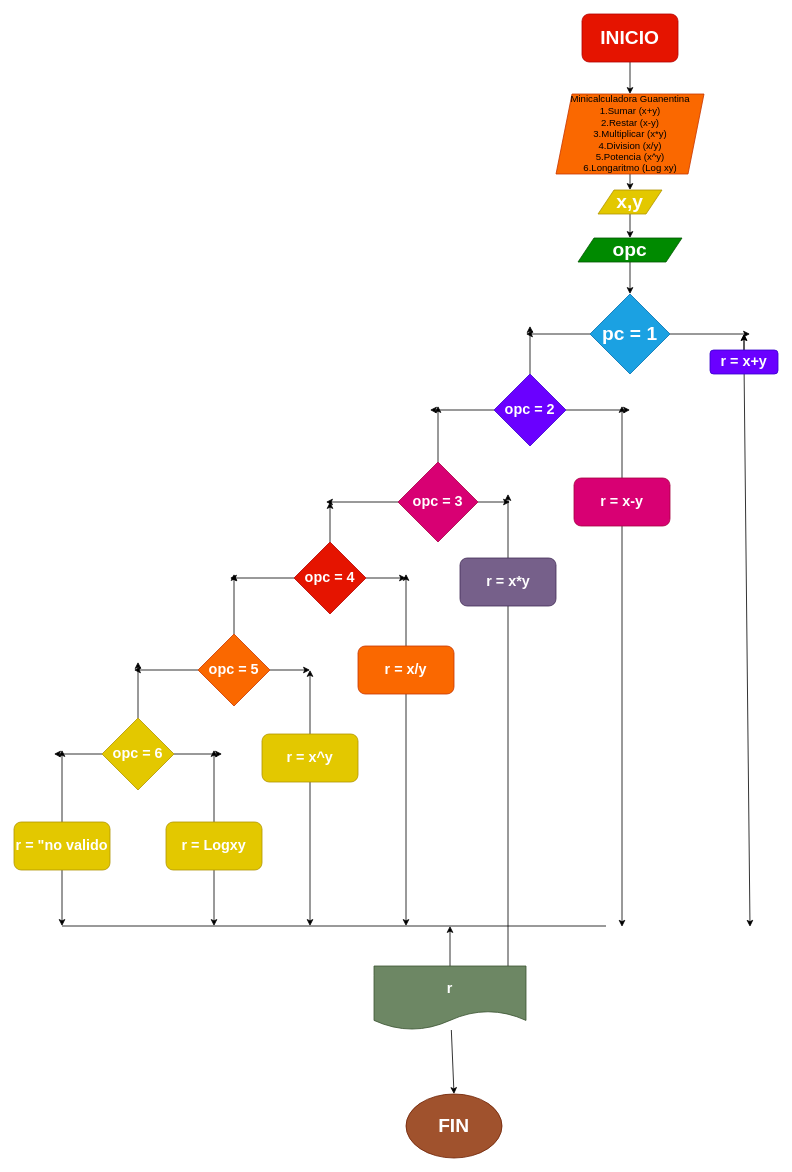
This is minicalculadora.drawio from Santiagoangelramon-sistemas/minicalculadora_guanentina, a draw.io file, before an edit. Source tidied: cells renumbered, new cells numbered last; positions are measured from the earlier drawing's top-left corner, leaving out a move shared by most shapes. Both pictures are drawn from the tidied source at 80%, with x=0, y=0 at pixel (14, 14).
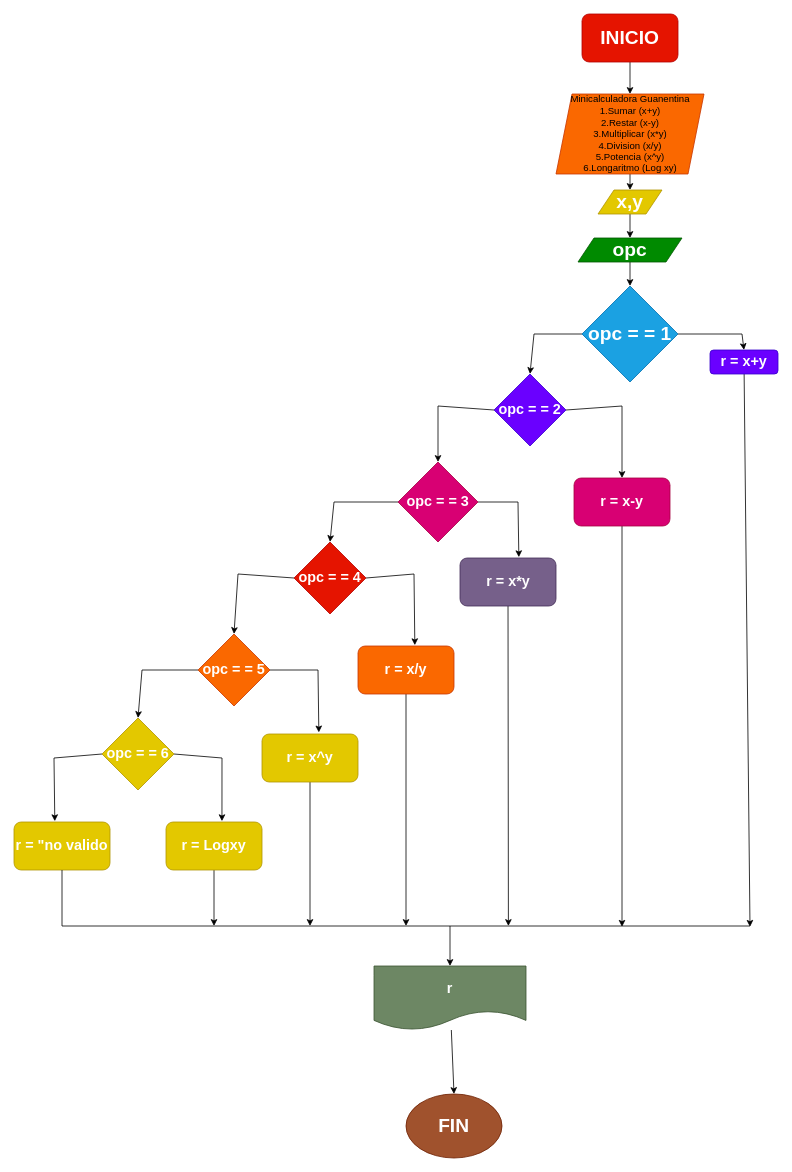
After the change.

The change refers to these unchanged cells:
```xml
<mxCell id="16" value="&lt;h2&gt;r = x+y&lt;/h2&gt;" style="rounded=1;whiteSpace=wrap;html=1;fillColor=#6a00ff;fontColor=#ffffff;strokeColor=#3700CC;" parent="1" vertex="1">
  <mxGeometry x="870" y="420" width="85" height="30" as="geometry" />
</mxCell>
<mxCell id="27" value="&lt;h2&gt;r = x-y&lt;/h2&gt;" style="rounded=1;whiteSpace=wrap;html=1;fillColor=#d80073;fontColor=#ffffff;strokeColor=#A50040;" parent="1" vertex="1">
  <mxGeometry x="700" y="580" width="120" height="60" as="geometry" />
</mxCell>
<mxCell id="34" value="&lt;h2&gt;r = x*y&lt;/h2&gt;" style="rounded=1;whiteSpace=wrap;html=1;fillColor=#76608a;fontColor=#ffffff;strokeColor=#432D57;" parent="1" vertex="1">
  <mxGeometry x="557.5" y="680" width="120" height="60" as="geometry" />
</mxCell>
<mxCell id="41" value="&lt;h2&gt;&lt;font color=&quot;#ffffff&quot;&gt;r = x/y&lt;/font&gt;&lt;/h2&gt;" style="rounded=1;whiteSpace=wrap;html=1;fillColor=#fa6800;fontColor=#000000;strokeColor=#C73500;" parent="1" vertex="1">
  <mxGeometry x="430" y="790" width="120" height="60" as="geometry" />
</mxCell>
<mxCell id="44" value="&lt;h2&gt;&lt;font color=&quot;#ffffff&quot;&gt;r = x^y&lt;/font&gt;&lt;/h2&gt;" style="rounded=1;whiteSpace=wrap;html=1;fillColor=#e3c800;fontColor=#000000;strokeColor=#B09500;" parent="1" vertex="1">
  <mxGeometry x="310" y="900" width="120" height="60" as="geometry" />
</mxCell>
<mxCell id="51" value="&lt;h2&gt;&lt;font color=&quot;#ffffff&quot;&gt;r = Logxy&lt;/font&gt;&lt;/h2&gt;" style="rounded=1;whiteSpace=wrap;html=1;fillColor=#e3c800;fontColor=#000000;strokeColor=#B09500;" parent="1" vertex="1">
  <mxGeometry x="190" y="1010" width="120" height="60" as="geometry" />
</mxCell>
<mxCell id="54" value="&lt;h2&gt;&lt;font color=&quot;#ffffff&quot;&gt;r = &quot;no valido&lt;/font&gt;&lt;/h2&gt;" style="rounded=1;whiteSpace=wrap;html=1;fillColor=#e3c800;fontColor=#000000;strokeColor=#B09500;" parent="1" vertex="1">
  <mxGeometry y="1010" width="120" height="60" as="geometry" />
</mxCell>
<mxCell id="57" value="&lt;h2&gt;r&lt;/h2&gt;" style="shape=document;whiteSpace=wrap;html=1;boundedLbl=1;fontColor=#ffffff;fillColor=#6d8764;strokeColor=#3A5431;" parent="1" vertex="1">
  <mxGeometry x="450" y="1190" width="190" height="80" as="geometry" />
</mxCell>
```

Diff of the diagram source:
```diff
@@
-    <mxCell id="10" style="edgeStyle=none;html=1;" parent="1" edge="1" source="12">
-      <mxGeometry relative="1" as="geometry">
-        <mxPoint x="920" y="400" as="targetPoint" />
-      </mxGeometry>
-    </mxCell>
-    <mxCell id="11" style="edgeStyle=none;html=1;" parent="1" edge="1" source="12">
-      <mxGeometry relative="1" as="geometry">
-        <mxPoint x="640" y="400" as="targetPoint" />
-      </mxGeometry>
-    </mxCell>
-    <mxCell id="12" value="&lt;h1&gt;pc = 1&lt;/h1&gt;" style="rhombus;whiteSpace=wrap;html=1;fillColor=#1ba1e2;fontColor=#ffffff;strokeColor=#006EAF;" parent="1" vertex="1">
-      <mxGeometry x="720" y="350" width="100" height="100" as="geometry" />
+    <mxCell id="12" value="&lt;h1&gt;opc = = 1&lt;/h1&gt;" style="rhombus;whiteSpace=wrap;html=1;fillColor=#1ba1e2;fontColor=#ffffff;strokeColor=#006EAF;" parent="1" vertex="1">
+      <mxGeometry x="710" y="340" width="120" height="120" as="geometry" />
     </mxCell>
-    <mxCell id="13" style="edgeStyle=none;html=1;" parent="1" edge="1" source="16">
-      <mxGeometry relative="1" as="geometry">
-        <mxPoint x="912.5" y="400" as="targetPoint" />
-      </mxGeometry>
-    </mxCell>
-    <mxCell id="14" style="edgeStyle=none;html=1;" parent="1" edge="1" source="16">
-      <mxGeometry relative="1" as="geometry">
-        <mxPoint x="912.5" y="400" as="targetPoint" />
-      </mxGeometry>
-    </mxCell>
@@
-    <mxCell id="17" style="edgeStyle=none;html=1;" parent="1" edge="1" source="20">
-      <mxGeometry relative="1" as="geometry">
-        <mxPoint x="645" y="390" as="targetPoint" />
-      </mxGeometry>
-    </mxCell>
-    <mxCell id="18" style="edgeStyle=none;html=1;" parent="1" edge="1" source="20">
-      <mxGeometry relative="1" as="geometry">
-        <mxPoint x="770" y="495" as="targetPoint" />
-      </mxGeometry>
-    </mxCell>
-    <mxCell id="19" style="edgeStyle=none;html=1;" parent="1" edge="1" source="20">
-      <mxGeometry relative="1" as="geometry">
-        <mxPoint x="520" y="495" as="targetPoint" />
-      </mxGeometry>
-    </mxCell>
-    <mxCell id="20" value="&lt;h2&gt;opc = 2&lt;/h2&gt;" style="rhombus;whiteSpace=wrap;html=1;fillColor=#6a00ff;fontColor=#ffffff;strokeColor=#3700CC;" parent="1" vertex="1">
+    <mxCell id="20" value="&lt;h2&gt;opc = = 2&lt;/h2&gt;" style="rhombus;whiteSpace=wrap;html=1;fillColor=#6a00ff;fontColor=#ffffff;strokeColor=#3700CC;" parent="1" vertex="1">
       <mxGeometry x="600" y="450" width="90" height="90" as="geometry" />
     </mxCell>
-    <mxCell id="21" style="edgeStyle=none;html=1;" parent="1" edge="1" source="24">
-      <mxGeometry relative="1" as="geometry">
-        <mxPoint x="530" y="490" as="targetPoint" />
-      </mxGeometry>
-    </mxCell>
-    <mxCell id="22" style="edgeStyle=none;html=1;" parent="1" edge="1" source="24">
-      <mxGeometry relative="1" as="geometry">
-        <mxPoint x="390" y="610" as="targetPoint" />
-      </mxGeometry>
-    </mxCell>
-    <mxCell id="23" style="edgeStyle=none;html=1;" parent="1" edge="1" source="24">
-      <mxGeometry relative="1" as="geometry">
-        <mxPoint x="620" y="610" as="targetPoint" />
-      </mxGeometry>
-    </mxCell>
-    <mxCell id="24" value="&lt;h2&gt;opc = 3&lt;/h2&gt;" style="rhombus;whiteSpace=wrap;html=1;fillColor=#d80073;fontColor=#ffffff;strokeColor=#A50040;" parent="1" vertex="1">
+    <mxCell id="24" value="&lt;h2&gt;opc = = 3&lt;/h2&gt;" style="rhombus;whiteSpace=wrap;html=1;fillColor=#d80073;fontColor=#ffffff;strokeColor=#A50040;" parent="1" vertex="1">
       <mxGeometry x="480" y="560" width="100" height="100" as="geometry" />
     </mxCell>
-    <mxCell id="25" style="edgeStyle=none;html=1;" parent="1" edge="1" source="27">
-      <mxGeometry relative="1" as="geometry">
-        <mxPoint x="760" y="490" as="targetPoint" />
-      </mxGeometry>
-    </mxCell>
@@
-    <mxCell id="28" style="edgeStyle=none;html=1;" parent="1" edge="1" source="31">
-      <mxGeometry relative="1" as="geometry">
-        <mxPoint x="395" y="610" as="targetPoint" />
-      </mxGeometry>
-    </mxCell>
-    <mxCell id="29" style="edgeStyle=none;html=1;" parent="1" edge="1" source="31">
-      <mxGeometry relative="1" as="geometry">
-        <mxPoint x="490" y="705" as="targetPoint" />
-      </mxGeometry>
-    </mxCell>
-    <mxCell id="30" style="edgeStyle=none;html=1;" parent="1" edge="1" source="31">
-      <mxGeometry relative="1" as="geometry">
-        <mxPoint x="270" y="705" as="targetPoint" />
-      </mxGeometry>
-    </mxCell>
-    <mxCell id="31" value="&lt;h2&gt;opc = 4&lt;/h2&gt;" style="rhombus;whiteSpace=wrap;html=1;fillColor=#e51400;fontColor=#ffffff;strokeColor=#B20000;" parent="1" vertex="1">
+    <mxCell id="31" value="&lt;h2&gt;opc = = 4&lt;/h2&gt;" style="rhombus;whiteSpace=wrap;html=1;fillColor=#e51400;fontColor=#ffffff;strokeColor=#B20000;" parent="1" vertex="1">
       <mxGeometry x="350" y="660" width="90" height="90" as="geometry" />
     </mxCell>
-    <mxCell id="32" style="edgeStyle=none;html=1;" parent="1" edge="1" source="34">
-      <mxGeometry relative="1" as="geometry">
-        <mxPoint x="617.5" y="600" as="targetPoint" />
-      </mxGeometry>
-    </mxCell>
     <mxCell id="33" style="edgeStyle=none;html=1;fontColor=#FFFFFF;" parent="1" edge="1" source="34">
       <mxGeometry relative="1" as="geometry">
-        <mxPoint x="617.5" y="1202" as="targetPoint" />
+        <mxPoint x="618" y="1140" as="targetPoint" />
       </mxGeometry>
     </mxCell>
@@
-    <mxCell id="35" style="edgeStyle=none;html=1;" parent="1" edge="1" source="38">
-      <mxGeometry relative="1" as="geometry">
-        <mxPoint x="275" y="700" as="targetPoint" />
-      </mxGeometry>
-    </mxCell>
-    <mxCell id="36" style="edgeStyle=none;html=1;fontColor=#FFFFFF;" parent="1" edge="1" source="38">
-      <mxGeometry relative="1" as="geometry">
-        <mxPoint x="370" y="820" as="targetPoint" />
-      </mxGeometry>
-    </mxCell>
-    <mxCell id="37" style="edgeStyle=none;html=1;fontColor=#FFFFFF;" parent="1" edge="1" source="38">
-      <mxGeometry relative="1" as="geometry">
-        <mxPoint x="150" y="820" as="targetPoint" />
-      </mxGeometry>
-    </mxCell>
-    <mxCell id="38" value="&lt;h2&gt;&lt;font color=&quot;#ffffff&quot;&gt;opc = 5&lt;/font&gt;&lt;/h2&gt;" style="rhombus;whiteSpace=wrap;html=1;fillColor=#fa6800;fontColor=#000000;strokeColor=#C73500;" parent="1" vertex="1">
+    <mxCell id="38" value="&lt;h2&gt;&lt;font color=&quot;#ffffff&quot;&gt;opc = = 5&lt;/font&gt;&lt;/h2&gt;" style="rhombus;whiteSpace=wrap;html=1;fillColor=#fa6800;fontColor=#000000;strokeColor=#C73500;" parent="1" vertex="1">
       <mxGeometry x="230" y="775" width="90" height="90" as="geometry" />
     </mxCell>
-    <mxCell id="39" style="edgeStyle=none;html=1;" parent="1" edge="1" source="41">
-      <mxGeometry relative="1" as="geometry">
-        <mxPoint x="490" y="700" as="targetPoint" />
-      </mxGeometry>
-    </mxCell>
@@
-    <mxCell id="42" style="edgeStyle=none;html=1;fontColor=#FFFFFF;" parent="1" edge="1" source="44">
-      <mxGeometry relative="1" as="geometry">
-        <mxPoint x="370" y="820" as="targetPoint" />
-      </mxGeometry>
-    </mxCell>
@@
-    <mxCell id="45" style="edgeStyle=none;html=1;fontColor=#FFFFFF;" parent="1" edge="1" source="48">
-      <mxGeometry relative="1" as="geometry">
-        <mxPoint x="155" y="810" as="targetPoint" />
-      </mxGeometry>
-    </mxCell>
-    <mxCell id="46" style="edgeStyle=none;html=1;fontColor=#FFFFFF;" parent="1" edge="1" source="48">
-      <mxGeometry relative="1" as="geometry">
-        <mxPoint x="50" y="925" as="targetPoint" />
-      </mxGeometry>
-    </mxCell>
-    <mxCell id="47" style="edgeStyle=none;html=1;fontColor=#FFFFFF;" parent="1" edge="1" source="48">
-      <mxGeometry relative="1" as="geometry">
-        <mxPoint x="260" y="925" as="targetPoint" />
-      </mxGeometry>
-    </mxCell>
-    <mxCell id="48" value="&lt;h2&gt;&lt;font color=&quot;#ffffff&quot;&gt;opc = 6&lt;/font&gt;&lt;/h2&gt;" style="rhombus;whiteSpace=wrap;html=1;fillColor=#e3c800;fontColor=#000000;strokeColor=#B09500;" parent="1" vertex="1">
+    <mxCell id="48" value="&lt;h2&gt;&lt;font color=&quot;#ffffff&quot;&gt;opc = = 6&lt;/font&gt;&lt;/h2&gt;" style="rhombus;whiteSpace=wrap;html=1;fillColor=#e3c800;fontColor=#000000;strokeColor=#B09500;" parent="1" vertex="1">
       <mxGeometry x="110" y="880" width="90" height="90" as="geometry" />
     </mxCell>
-    <mxCell id="49" style="edgeStyle=none;html=1;fontColor=#FFFFFF;" parent="1" edge="1" source="51">
-      <mxGeometry relative="1" as="geometry">
-        <mxPoint x="250" y="920" as="targetPoint" />
-      </mxGeometry>
-    </mxCell>
@@
-    <mxCell id="52" style="edgeStyle=none;html=1;fontColor=#FFFFFF;" parent="1" edge="1" source="54">
-      <mxGeometry relative="1" as="geometry">
-        <mxPoint x="60" y="920" as="targetPoint" />
-      </mxGeometry>
-    </mxCell>
-    <mxCell id="53" style="edgeStyle=none;html=1;fontColor=#FFFFFF;" parent="1" edge="1" source="54">
-      <mxGeometry relative="1" as="geometry">
-        <mxPoint x="60" y="1140" as="targetPoint" />
-      </mxGeometry>
-    </mxCell>
@@
-    <mxCell id="56" style="edgeStyle=none;html=1;fontColor=#FFFFFF;" parent="1" edge="1" source="57">
-      <mxGeometry relative="1" as="geometry">
-        <mxPoint x="545" y="1140" as="targetPoint" />
-      </mxGeometry>
-    </mxCell>
@@
     <mxCell id="59" style="endArrow=none;html=1;fontColor=#FFFFFF;" parent="1" edge="1">
       <mxGeometry relative="1" as="geometry">
         <mxPoint x="60" y="1140" as="sourcePoint" />
-        <mxPoint x="740" y="1140" as="targetPoint" />
+        <mxPoint x="920" y="1140" as="targetPoint" />
         <Array as="points">
           <mxPoint x="540" y="1140" />
         </Array>
       </mxGeometry>
     </mxCell>
+    <mxCell id="60" style="endArrow=none;html=1;entryX=0;entryY=0.5;entryDx=0;entryDy=0;" parent="1" edge="1" target="12">
+      <mxGeometry relative="1" as="geometry">
+        <mxPoint x="650" y="400" as="sourcePoint" />
+      </mxGeometry>
+    </mxCell>
+    <mxCell id="61" style="endArrow=classic;html=1;entryX=0.5;entryY=0;entryDx=0;entryDy=0;" parent="1" edge="1" target="20">
+      <mxGeometry relative="1" as="geometry">
+        <mxPoint x="650" y="400" as="sourcePoint" />
+      </mxGeometry>
+    </mxCell>
+    <mxCell id="62" style="endArrow=none;html=1;exitX=1;exitY=0.5;exitDx=0;exitDy=0;" parent="1" edge="1" source="12">
+      <mxGeometry relative="1" as="geometry">
+        <mxPoint x="910" y="400" as="targetPoint" />
+      </mxGeometry>
+    </mxCell>
+    <mxCell id="63" style="endArrow=classic;html=1;entryX=0.5;entryY=0;entryDx=0;entryDy=0;" parent="1" edge="1" target="16">
+      <mxGeometry relative="1" as="geometry">
+        <mxPoint x="910" y="400" as="sourcePoint" />
+      </mxGeometry>
+    </mxCell>
+    <mxCell id="64" style="endArrow=classic;html=1;entryX=0.5;entryY=0;entryDx=0;entryDy=0;" parent="1" edge="1" target="57">
+      <mxGeometry relative="1" as="geometry">
+        <mxPoint x="545" y="1140" as="sourcePoint" />
+      </mxGeometry>
+    </mxCell>
+    <mxCell id="65" style="endArrow=none;html=1;entryX=0;entryY=0.5;entryDx=0;entryDy=0;" parent="1" edge="1" target="20">
+      <mxGeometry relative="1" as="geometry">
+        <mxPoint x="530" y="490" as="sourcePoint" />
+      </mxGeometry>
+    </mxCell>
+    <mxCell id="66" style="endArrow=classic;html=1;entryX=0.5;entryY=0;entryDx=0;entryDy=0;" parent="1" edge="1" target="24">
+      <mxGeometry relative="1" as="geometry">
+        <mxPoint x="530" y="490" as="sourcePoint" />
+      </mxGeometry>
+    </mxCell>
+    <mxCell id="67" style="endArrow=none;html=1;entryX=1;entryY=0.5;entryDx=0;entryDy=0;" parent="1" edge="1" target="20">
+      <mxGeometry relative="1" as="geometry">
+        <mxPoint x="760" y="490" as="sourcePoint" />
+      </mxGeometry>
+    </mxCell>
+    <mxCell id="68" style="endArrow=classic;html=1;entryX=0.5;entryY=0;entryDx=0;entryDy=0;" parent="1" edge="1" target="27">
+      <mxGeometry relative="1" as="geometry">
+        <mxPoint x="760" y="490" as="sourcePoint" />
+      </mxGeometry>
+    </mxCell>
+    <mxCell id="69" style="endArrow=none;html=1;entryX=0;entryY=0.5;entryDx=0;entryDy=0;" parent="1" edge="1" target="24">
+      <mxGeometry relative="1" as="geometry">
+        <mxPoint x="400" y="610" as="sourcePoint" />
+      </mxGeometry>
+    </mxCell>
+    <mxCell id="70" style="endArrow=classic;html=1;entryX=0.5;entryY=0;entryDx=0;entryDy=0;" parent="1" edge="1" target="31">
+      <mxGeometry relative="1" as="geometry">
+        <mxPoint x="400" y="610" as="sourcePoint" />
+      </mxGeometry>
+    </mxCell>
+    <mxCell id="71" style="endArrow=none;html=1;entryX=1;entryY=0.5;entryDx=0;entryDy=0;" parent="1" edge="1" target="24">
+      <mxGeometry relative="1" as="geometry">
+        <mxPoint x="630" y="610" as="sourcePoint" />
+      </mxGeometry>
+    </mxCell>
+    <mxCell id="72" style="endArrow=classic;html=1;entryX=0.613;entryY=-0.017;entryDx=0;entryDy=0;entryPerimeter=0;" parent="1" edge="1" target="34">
+      <mxGeometry relative="1" as="geometry">
+        <mxPoint x="630" y="610" as="sourcePoint" />
+      </mxGeometry>
+    </mxCell>
+    <mxCell id="73" style="endArrow=none;html=1;exitX=0;exitY=0.5;exitDx=0;exitDy=0;" parent="1" edge="1" source="31">
+      <mxGeometry relative="1" as="geometry">
+        <mxPoint x="280" y="700" as="targetPoint" />
+      </mxGeometry>
+    </mxCell>
+    <mxCell id="74" style="endArrow=none;html=1;exitX=1;exitY=0.5;exitDx=0;exitDy=0;" parent="1" edge="1" source="31">
+      <mxGeometry relative="1" as="geometry">
+        <mxPoint x="500" y="700" as="targetPoint" />
+      </mxGeometry>
+    </mxCell>
+    <mxCell id="75" style="endArrow=classic;html=1;entryX=0.592;entryY=-0.017;entryDx=0;entryDy=0;entryPerimeter=0;" parent="1" edge="1" target="41">
+      <mxGeometry relative="1" as="geometry">
+        <mxPoint x="500" y="700" as="sourcePoint" />
+      </mxGeometry>
+    </mxCell>
+    <mxCell id="76" style="endArrow=classic;html=1;entryX=0.5;entryY=0;entryDx=0;entryDy=0;" parent="1" edge="1" target="38">
+      <mxGeometry relative="1" as="geometry">
+        <mxPoint x="280" y="700" as="sourcePoint" />
+      </mxGeometry>
+    </mxCell>
+    <mxCell id="77" style="endArrow=none;html=1;entryX=1;entryY=0.5;entryDx=0;entryDy=0;" parent="1" edge="1" target="38">
+      <mxGeometry relative="1" as="geometry">
+        <mxPoint x="380" y="820" as="sourcePoint" />
+      </mxGeometry>
+    </mxCell>
+    <mxCell id="78" style="endArrow=none;html=1;entryX=0;entryY=0.5;entryDx=0;entryDy=0;" parent="1" edge="1" target="38">
+      <mxGeometry relative="1" as="geometry">
+        <mxPoint x="160" y="820" as="sourcePoint" />
+      </mxGeometry>
+    </mxCell>
+    <mxCell id="79" style="endArrow=classic;html=1;entryX=0.5;entryY=0;entryDx=0;entryDy=0;" parent="1" edge="1" target="48">
+      <mxGeometry relative="1" as="geometry">
+        <mxPoint x="160" y="820" as="sourcePoint" />
+      </mxGeometry>
+    </mxCell>
+    <mxCell id="80" style="endArrow=classic;html=1;entryX=0.592;entryY=-0.033;entryDx=0;entryDy=0;entryPerimeter=0;" parent="1" edge="1" target="44">
+      <mxGeometry relative="1" as="geometry">
+        <mxPoint x="380" y="820" as="sourcePoint" />
+      </mxGeometry>
+    </mxCell>
+    <mxCell id="81" style="endArrow=none;html=1;exitX=1;exitY=0.5;exitDx=0;exitDy=0;" parent="1" edge="1" source="48">
+      <mxGeometry relative="1" as="geometry">
+        <mxPoint x="260" y="930" as="targetPoint" />
+      </mxGeometry>
+    </mxCell>
+    <mxCell id="82" style="endArrow=none;html=1;exitX=0;exitY=0.5;exitDx=0;exitDy=0;" parent="1" edge="1" source="48">
+      <mxGeometry relative="1" as="geometry">
+        <mxPoint x="50" y="930" as="targetPoint" />
+      </mxGeometry>
+    </mxCell>
+    <mxCell id="83" style="endArrow=classic;html=1;entryX=0.583;entryY=-0.017;entryDx=0;entryDy=0;entryPerimeter=0;" parent="1" edge="1" target="51">
+      <mxGeometry relative="1" as="geometry">
+        <mxPoint x="260" y="930" as="sourcePoint" />
+      </mxGeometry>
+    </mxCell>
+    <mxCell id="84" style="endArrow=classic;html=1;entryX=0.425;entryY=-0.017;entryDx=0;entryDy=0;entryPerimeter=0;" parent="1" edge="1" target="54">
+      <mxGeometry relative="1" as="geometry">
+        <mxPoint x="50" y="930" as="sourcePoint" />
+      </mxGeometry>
+    </mxCell>
+    <mxCell id="85" style="endArrow=none;html=1;" parent="1" edge="1" target="54">
+      <mxGeometry relative="1" as="geometry">
+        <mxPoint x="60" y="1140" as="sourcePoint" />
+      </mxGeometry>
+    </mxCell>
```
